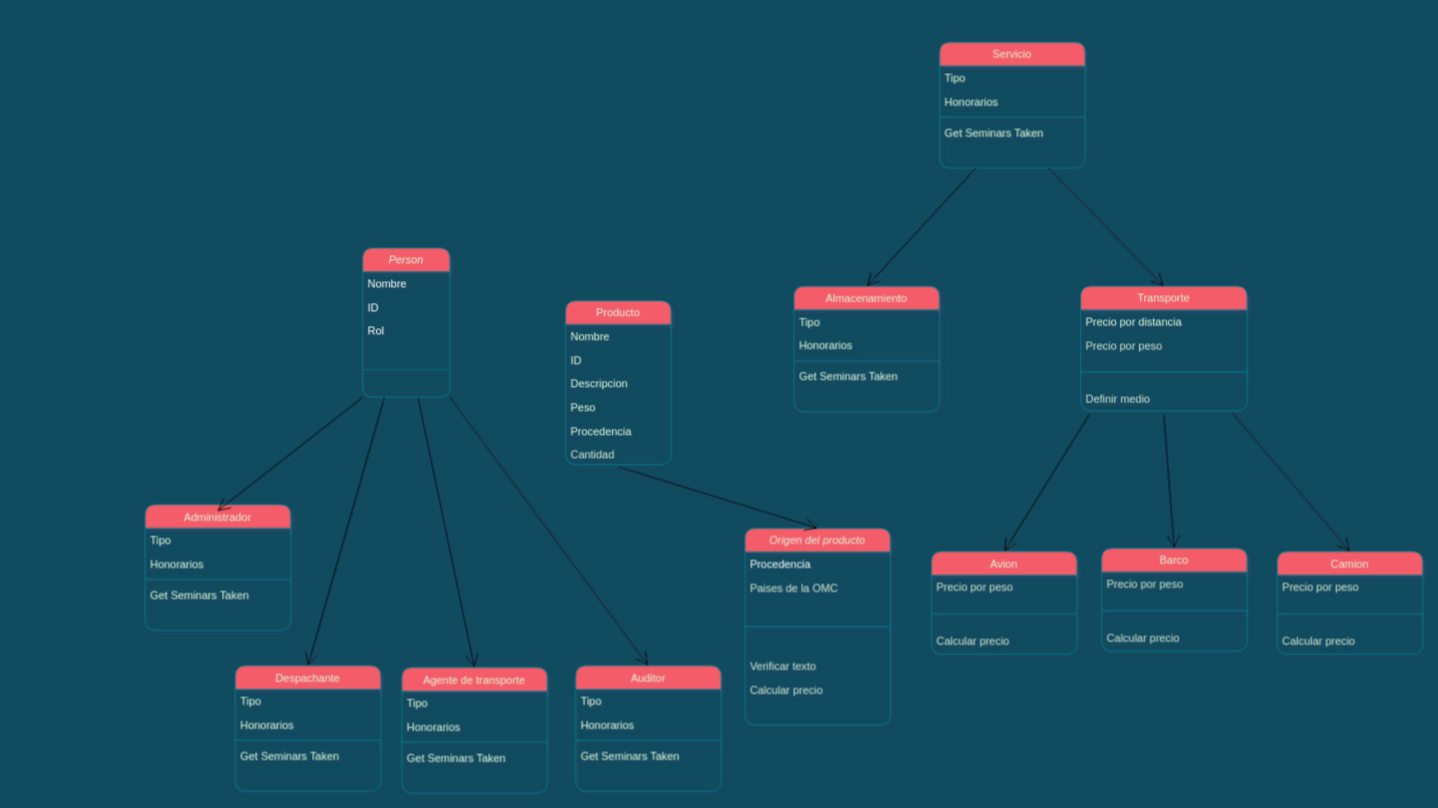
The draw.io diagram Untitled Diagram.drawio in LP3kmikristian/TP_ARCE_DOREGO, before the edit. Source tidied: cells renumbered, new cells numbered last; positions are measured from the earlier drawing's top-left corner, leaving out a move shared by most shapes. Both pictures are drawn from the tidied source at 91%, with x=0, y=0 at pixel (145, 42).
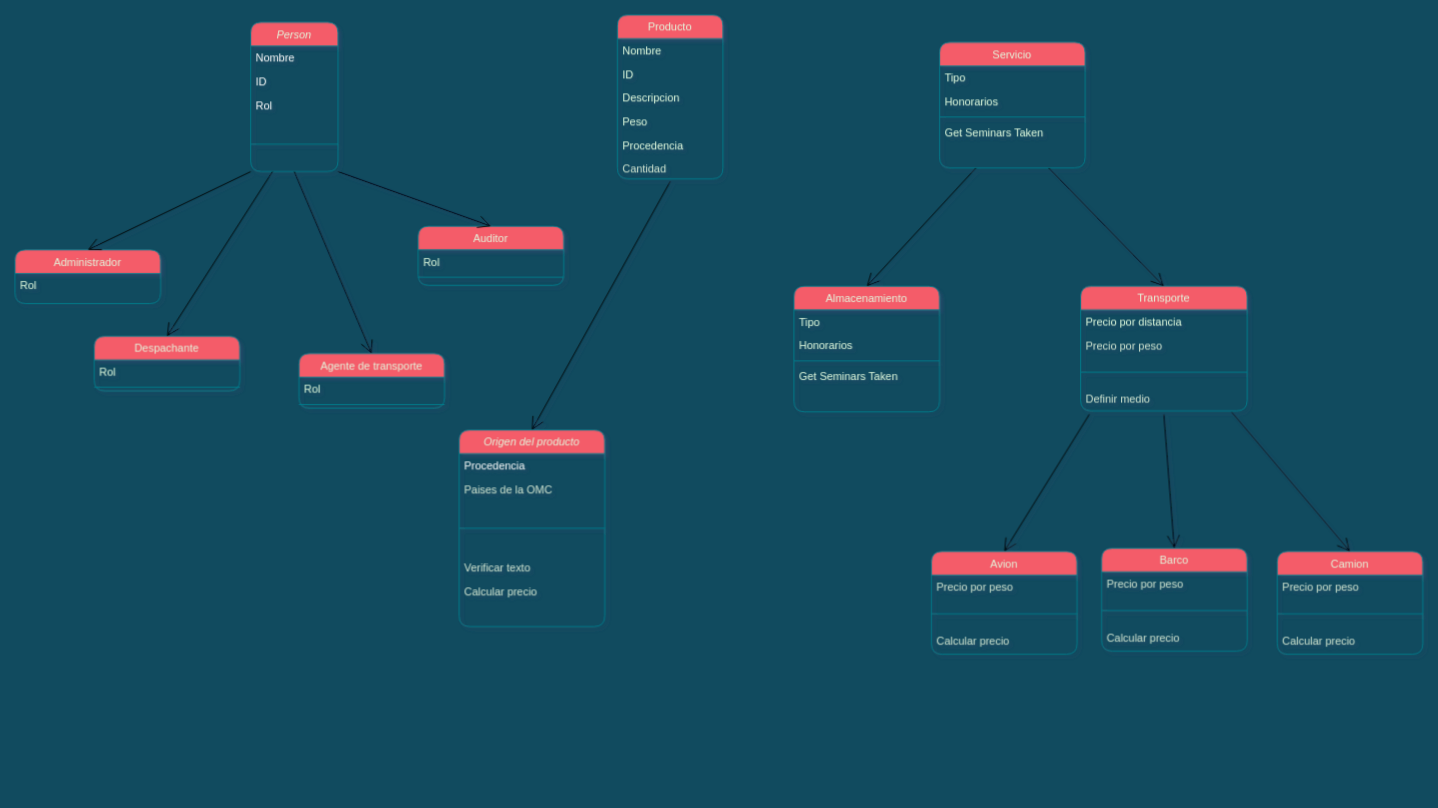
The same diagram, later.

Commit message (it also covers changes not shown here):
insomnia workspace

Diff of the diagram source:
```diff
@@
     <mxCell id="2" value="Person" style="swimlane;fontStyle=2;align=center;verticalAlign=top;horizontal=1;startSize=26;rounded=1;shadow=0;strokeWidth=1;fillColor=#F45B69;strokeColor=#028090;fontColor=#E4FDE1;" parent="1" vertex="1">
-      <mxGeometry x="239" y="226" width="96" height="164" as="geometry" />
+      <mxGeometry x="116" y="-22" width="96" height="164" as="geometry" />
     </mxCell>
@@
     <mxCell id="16" value="Producto" style="swimlane;fontStyle=0;align=center;verticalAlign=top;horizontal=1;startSize=26;rounded=1;shadow=0;strokeWidth=1;fillColor=#F45B69;strokeColor=#028090;fontColor=#E4FDE1;" parent="1" vertex="1">
-      <mxGeometry x="462" y="284" width="116" height="180" as="geometry" />
+      <mxGeometry x="519" y="-30" width="116" height="180" as="geometry" />
     </mxCell>
@@
     <mxCell id="28" value="Origen del producto" style="swimlane;fontStyle=2;align=center;verticalAlign=top;horizontal=1;startSize=26;rounded=1;shadow=0;strokeWidth=1;fillColor=#F45B69;strokeColor=#028090;fontColor=#E4FDE1;" parent="1" vertex="1">
-      <mxGeometry x="659" y="534" width="160" height="216" as="geometry" />
+      <mxGeometry x="345" y="426" width="160" height="216" as="geometry" />
     </mxCell>
@@
     <mxCell id="45" value="Despachante" style="swimlane;fontStyle=0;align=center;verticalAlign=top;horizontal=1;startSize=26;rounded=1;shadow=0;strokeWidth=1;fillColor=#F45B69;strokeColor=#028090;fontColor=#E4FDE1;" parent="1" vertex="1">
-      <mxGeometry x="99" y="685" width="160" height="138" as="geometry" />
+      <mxGeometry x="-56" y="323" width="160" height="60" as="geometry" />
     </mxCell>
-    <mxCell id="46" value="Tipo" style="text;align=left;verticalAlign=top;spacingLeft=4;spacingRight=4;overflow=hidden;fontColor=#E4FDE1;rounded=1;" parent="45" vertex="1">
+    <mxCell id="46" value="Rol" style="text;align=left;verticalAlign=top;spacingLeft=4;spacingRight=4;overflow=hidden;fontColor=#E4FDE1;rounded=1;" parent="45" vertex="1">
       <mxGeometry y="26" width="160" height="26" as="geometry" />
     </mxCell>
-    <mxCell id="47" value="Honorarios" style="text;align=left;verticalAlign=top;spacingLeft=4;spacingRight=4;overflow=hidden;rounded=1;shadow=0;html=0;fontColor=#E4FDE1;" parent="45" vertex="1">
-      <mxGeometry y="52" width="160" height="26" as="geometry" />
-    </mxCell>
     <mxCell id="48" style="line;html=1;strokeWidth=1;align=left;verticalAlign=middle;spacingTop=-1;spacingLeft=3;spacingRight=3;labelPosition=right;labelBackgroundColor=#114B5F;fillColor=#F45B69;strokeColor=#028090;fontColor=#E4FDE1;rounded=1;" parent="45" vertex="1">
-      <mxGeometry y="78" width="160" height="8" as="geometry" />
+      <mxGeometry y="52" width="160" height="8" as="geometry" />
     </mxCell>
-    <mxCell id="49" value="Get Seminars Taken" style="text;align=left;verticalAlign=top;spacingLeft=4;spacingRight=4;overflow=hidden;fontColor=#E4FDE1;rounded=1;" parent="45" vertex="1">
-      <mxGeometry y="86" width="160" height="26" as="geometry" />
-    </mxCell>
     <mxCell id="50" value="Agente de transporte" style="swimlane;fontStyle=0;align=center;verticalAlign=top;horizontal=1;startSize=26;rounded=1;shadow=0;strokeWidth=1;fillColor=#F45B69;strokeColor=#028090;fontColor=#E4FDE1;" parent="1" vertex="1">
-      <mxGeometry x="282" y="687" width="160" height="138" as="geometry" />
+      <mxGeometry x="169" y="342" width="160" height="60" as="geometry" />
     </mxCell>
-    <mxCell id="51" value="Tipo" style="text;align=left;verticalAlign=top;spacingLeft=4;spacingRight=4;overflow=hidden;fontColor=#E4FDE1;rounded=1;" parent="50" vertex="1">
+    <mxCell id="51" value="Rol" style="text;align=left;verticalAlign=top;spacingLeft=4;spacingRight=4;overflow=hidden;fontColor=#E4FDE1;rounded=1;" parent="50" vertex="1">
       <mxGeometry y="26" width="160" height="26" as="geometry" />
     </mxCell>
-    <mxCell id="52" value="Honorarios" style="text;align=left;verticalAlign=top;spacingLeft=4;spacingRight=4;overflow=hidden;rounded=1;shadow=0;html=0;fontColor=#E4FDE1;" parent="50" vertex="1">
-      <mxGeometry y="52" width="160" height="26" as="geometry" />
-    </mxCell>
     <mxCell id="53" style="line;html=1;strokeWidth=1;align=left;verticalAlign=middle;spacingTop=-1;spacingLeft=3;spacingRight=3;labelPosition=right;labelBackgroundColor=#114B5F;fillColor=#F45B69;strokeColor=#028090;fontColor=#E4FDE1;rounded=1;" parent="50" vertex="1">
-      <mxGeometry y="78" width="160" height="8" as="geometry" />
+      <mxGeometry y="52" width="160" height="8" as="geometry" />
     </mxCell>
-    <mxCell id="54" value="Get Seminars Taken" style="text;align=left;verticalAlign=top;spacingLeft=4;spacingRight=4;overflow=hidden;fontColor=#E4FDE1;rounded=1;" parent="50" vertex="1">
-      <mxGeometry y="86" width="160" height="26" as="geometry" />
-    </mxCell>
     <mxCell id="55" value="Auditor" style="swimlane;fontStyle=0;align=center;verticalAlign=top;horizontal=1;startSize=26;rounded=1;shadow=0;strokeWidth=1;fillColor=#F45B69;strokeColor=#028090;fontColor=#E4FDE1;" parent="1" vertex="1">
-      <mxGeometry x="473" y="685" width="160" height="138" as="geometry" />
+      <mxGeometry x="300" y="202" width="160" height="65" as="geometry" />
     </mxCell>
-    <mxCell id="56" value="Tipo" style="text;align=left;verticalAlign=top;spacingLeft=4;spacingRight=4;overflow=hidden;fontColor=#E4FDE1;rounded=1;" parent="55" vertex="1">
+    <mxCell id="56" value="Rol" style="text;align=left;verticalAlign=top;spacingLeft=4;spacingRight=4;overflow=hidden;fontColor=#E4FDE1;rounded=1;" parent="55" vertex="1">
       <mxGeometry y="26" width="160" height="26" as="geometry" />
     </mxCell>
-    <mxCell id="57" value="Honorarios" style="text;align=left;verticalAlign=top;spacingLeft=4;spacingRight=4;overflow=hidden;rounded=1;shadow=0;html=0;fontColor=#E4FDE1;" parent="55" vertex="1">
-      <mxGeometry y="52" width="160" height="26" as="geometry" />
-    </mxCell>
     <mxCell id="58" style="line;html=1;strokeWidth=1;align=left;verticalAlign=middle;spacingTop=-1;spacingLeft=3;spacingRight=3;labelPosition=right;labelBackgroundColor=#114B5F;fillColor=#F45B69;strokeColor=#028090;fontColor=#E4FDE1;rounded=1;" parent="55" vertex="1">
-      <mxGeometry y="78" width="160" height="8" as="geometry" />
+      <mxGeometry y="52" width="160" height="8" as="geometry" />
     </mxCell>
-    <mxCell id="59" value="Get Seminars Taken" style="text;align=left;verticalAlign=top;spacingLeft=4;spacingRight=4;overflow=hidden;fontColor=#E4FDE1;rounded=1;" parent="55" vertex="1">
-      <mxGeometry y="86" width="160" height="26" as="geometry" />
-    </mxCell>
@@
-    <mxCell id="66" style="endArrow=open;endFill=1;endSize=12;html=1;rounded=1;fontColor=#D5E8D4;entryX=0.5;entryY=0;entryDx=0;entryDy=0;" parent="1" edge="1" target="50">
-      <mxGeometry relative="1" as="geometry">
-        <mxPoint x="300" y="390" as="sourcePoint" />
-      </mxGeometry>
+    <mxCell id="66" style="endArrow=open;endFill=1;endSize=12;html=1;rounded=1;fontColor=#D5E8D4;entryX=0.5;entryY=0;entryDx=0;entryDy=0;exitX=0.5;exitY=1;exitDx=0;exitDy=0;" parent="1" edge="1" source="2" target="50">
+      <mxGeometry relative="1" as="geometry" />
     </mxCell>
@@
     <mxCell id="71" value="Administrador" style="swimlane;fontStyle=0;align=center;verticalAlign=top;horizontal=1;startSize=26;rounded=1;shadow=0;strokeWidth=1;fillColor=#F45B69;strokeColor=#028090;fontColor=#E4FDE1;" parent="1" vertex="1">
-      <mxGeometry y="508" width="160" height="138" as="geometry" />
+      <mxGeometry x="-143" y="228" width="160" height="59" as="geometry" />
     </mxCell>
-    <mxCell id="72" value="Tipo" style="text;align=left;verticalAlign=top;spacingLeft=4;spacingRight=4;overflow=hidden;fontColor=#E4FDE1;rounded=1;" parent="71" vertex="1">
+    <mxCell id="72" value="Rol" style="text;align=left;verticalAlign=top;spacingLeft=4;spacingRight=4;overflow=hidden;fontColor=#E4FDE1;rounded=1;" parent="71" vertex="1">
       <mxGeometry y="26" width="160" height="26" as="geometry" />
     </mxCell>
-    <mxCell id="73" value="Honorarios" style="text;align=left;verticalAlign=top;spacingLeft=4;spacingRight=4;overflow=hidden;rounded=1;shadow=0;html=0;fontColor=#E4FDE1;" parent="71" vertex="1">
-      <mxGeometry y="52" width="160" height="26" as="geometry" />
-    </mxCell>
-    <mxCell id="74" style="line;html=1;strokeWidth=1;align=left;verticalAlign=middle;spacingTop=-1;spacingLeft=3;spacingRight=3;labelPosition=right;labelBackgroundColor=#114B5F;fillColor=#F45B69;strokeColor=#028090;fontColor=#E4FDE1;rounded=1;" parent="71" vertex="1">
-      <mxGeometry y="78" width="160" height="8" as="geometry" />
-    </mxCell>
-    <mxCell id="75" value="Get Seminars Taken" style="text;align=left;verticalAlign=top;spacingLeft=4;spacingRight=4;overflow=hidden;fontColor=#E4FDE1;rounded=1;" parent="71" vertex="1">
-      <mxGeometry y="86" width="160" height="26" as="geometry" />
-    </mxCell>
-    <mxCell id="76" style="endArrow=open;endFill=1;endSize=12;html=1;rounded=1;fontColor=#D5E8D4;entryX=0.5;entryY=0;entryDx=0;entryDy=0;exitX=0;exitY=1;exitDx=0;exitDy=0;" parent="1" edge="1" source="2">
-      <mxGeometry relative="1" as="geometry">
-        <mxPoint x="79.4" y="515" as="targetPoint" />
-      </mxGeometry>
+    <mxCell id="76" style="endArrow=open;endFill=1;endSize=12;html=1;rounded=1;fontColor=#D5E8D4;entryX=0.5;entryY=0;entryDx=0;entryDy=0;exitX=0;exitY=1;exitDx=0;exitDy=0;" parent="1" edge="1" source="2" target="71">
+      <mxGeometry relative="1" as="geometry" />
     </mxCell>
```
